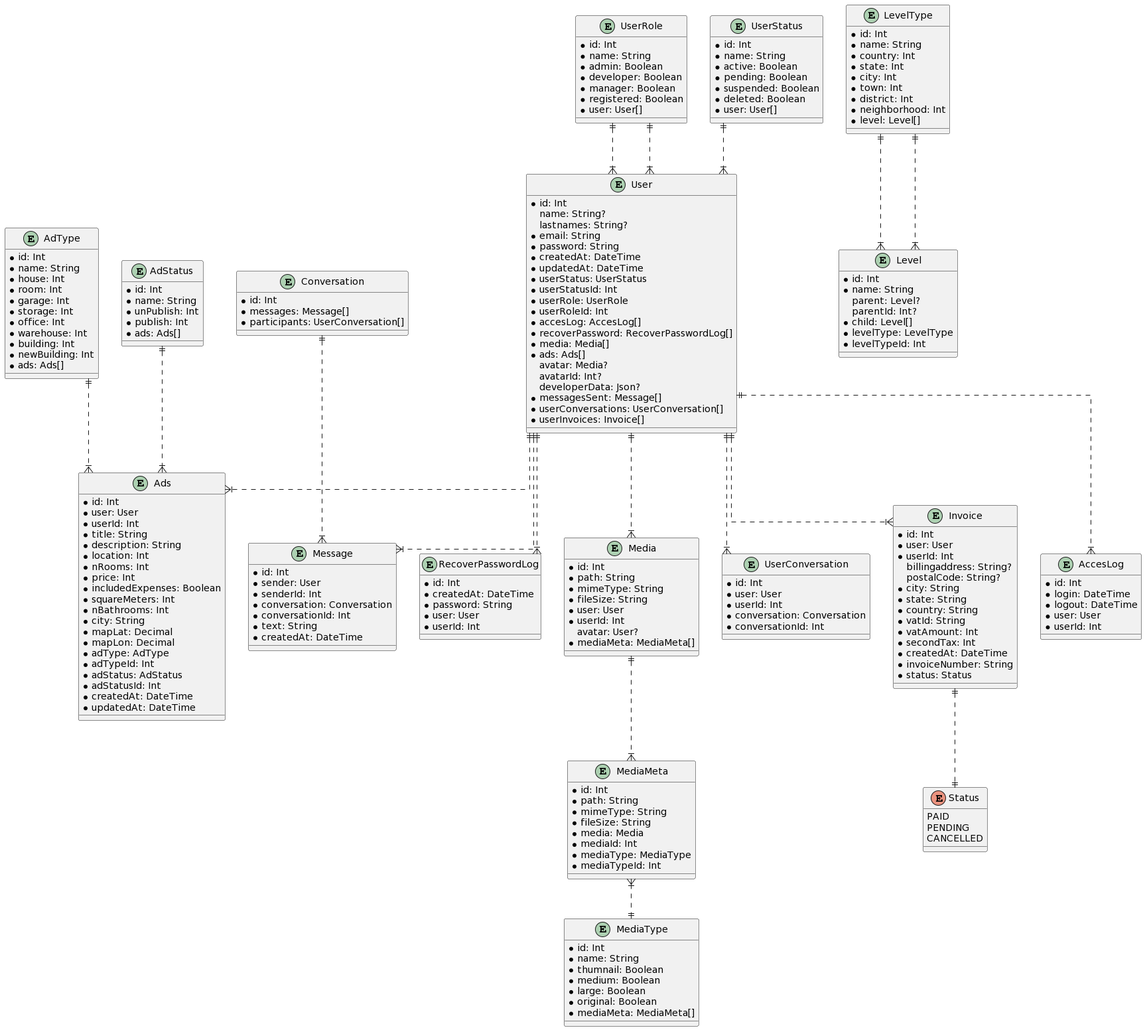
Above: backend/db/schema-db.png in IT-Academy-BCN/ita-directory (PlantUML), before the change.
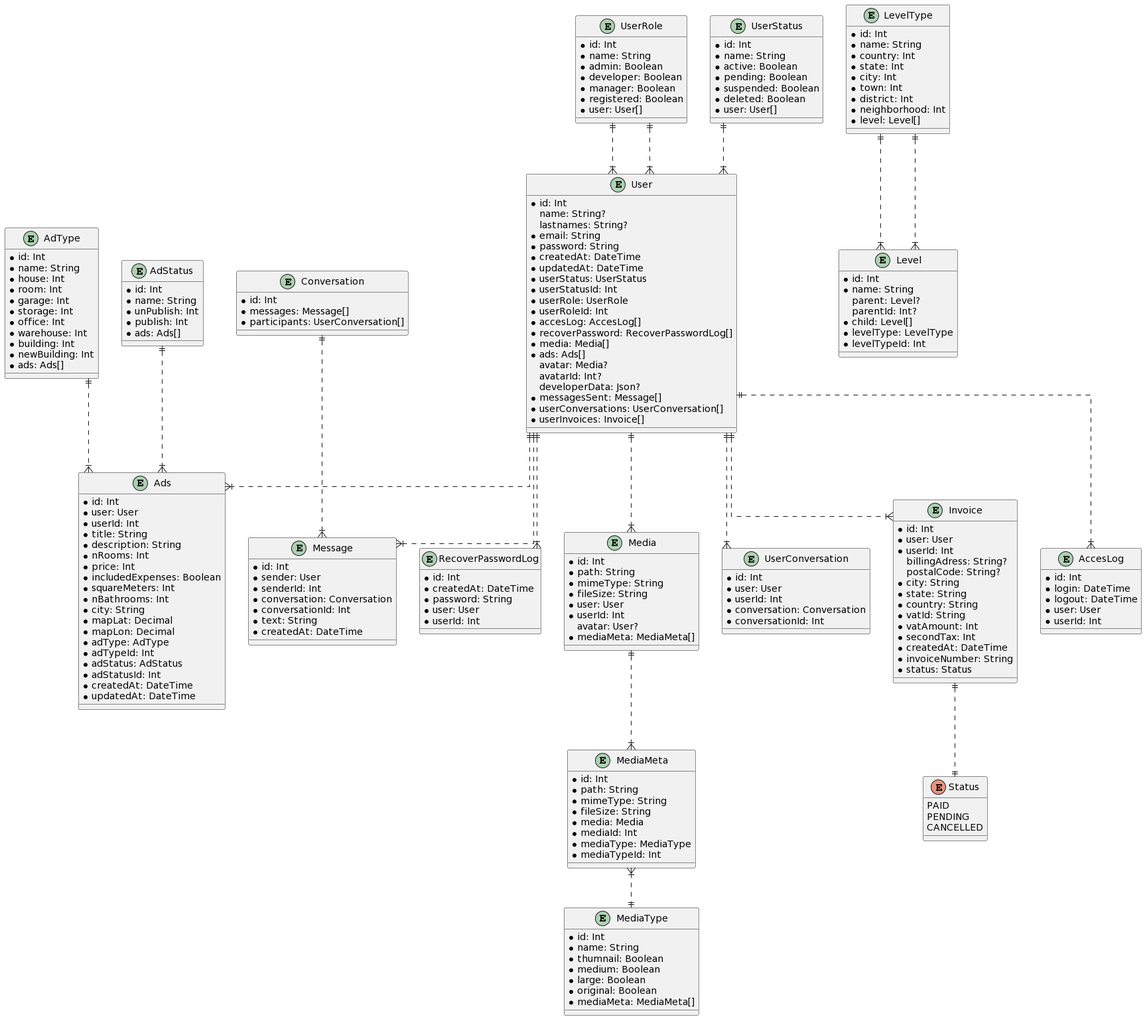
The same diagram one commit later.

Change to the diagram source:
```diff
@@ -149,7 +149,6 @@
   * userId: Int
   * title: String
   * description: String
-  * location: Int
   * nRooms: Int
   * price: Int
   * includedExpenses: Boolean
@@ -194,7 +193,7 @@
   * id: Int
   * user: User
   * userId: Int
-  billingaddress: String?
+  billingAdress: String?
   postalCode: String?
   * city: String
   * state: String
```
